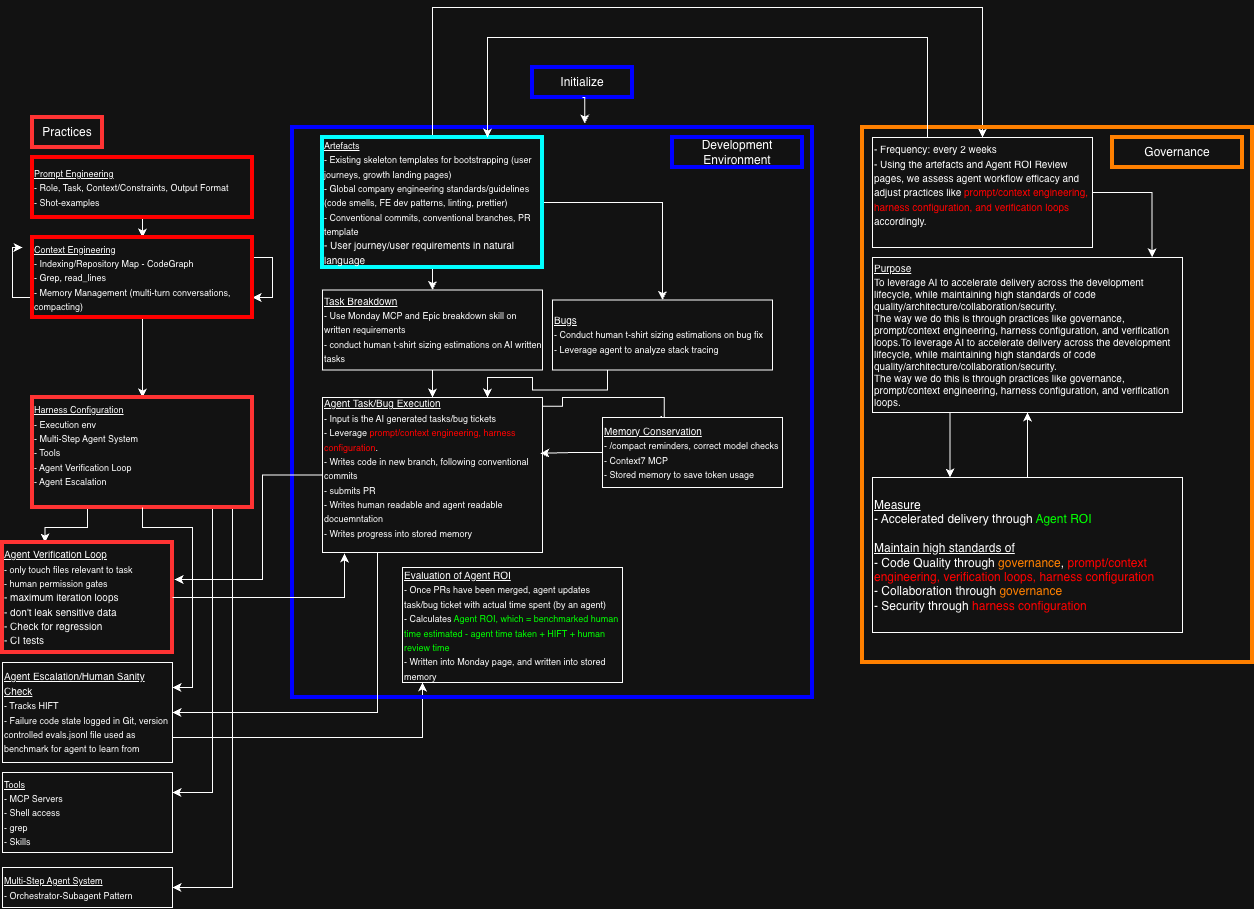
The draw.io diagram AI Forward Workflow.png in karldlima/ai-forward-workflow, before a commit. Source tidied: cells renumbered, new cells last; positions are measured from the earlier drawing's top-left corner, leaving out a move shared by most shapes.
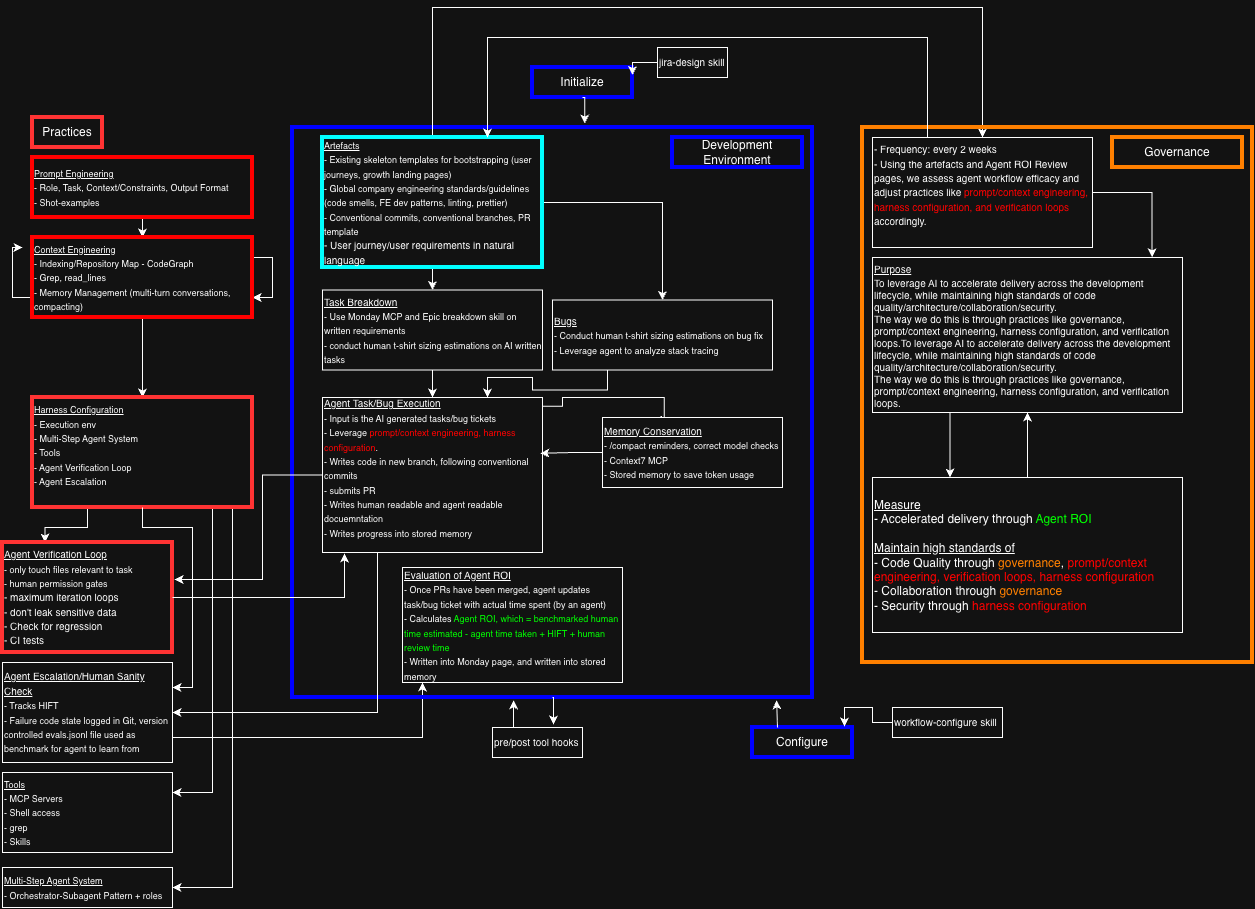
After the change.

What changed in the source:
```diff
@@ -46,7 +46,7 @@
     <mxCell id="11" value="&lt;font style=&quot;font-size: 9px;&quot;&gt;&lt;u&gt;Harness Configuration&lt;/u&gt;&lt;/font&gt;&lt;div&gt;&lt;span style=&quot;font-size: 9px; background-color: transparent; color: light-dark(#000000, var(--ge-light-color, #ffffff));&quot;&gt;- Execution env&lt;br&gt;&lt;/span&gt;&lt;/div&gt;&lt;div&gt;&lt;span style=&quot;font-size: 9px; background-color: transparent; color: light-dark(#000000, var(--ge-light-color, #ffffff));&quot;&gt;- Multi-Step Agent System&lt;/span&gt;&lt;/div&gt;&lt;div&gt;&lt;span style=&quot;font-size: 9px; background-color: transparent; color: light-dark(#000000, var(--ge-light-color, #ffffff));&quot;&gt;- Tools&lt;/span&gt;&lt;/div&gt;&lt;div&gt;&lt;span style=&quot;font-size: 9px; background-color: transparent; color: light-dark(#000000, var(--ge-light-color, #ffffff));&quot;&gt;- Agent Verification Loop&lt;/span&gt;&lt;/div&gt;&lt;div&gt;&lt;span style=&quot;font-size: 9px; background-color: transparent; color: light-dark(#000000, var(--ge-light-color, #ffffff));&quot;&gt;- Agent Escalation&lt;/span&gt;&lt;/div&gt;&lt;div&gt;&lt;span style=&quot;font-size: 9px; background-color: transparent; color: light-dark(#000000, var(--ge-light-color, #ffffff));&quot;&gt;&lt;br&gt;&lt;/span&gt;&lt;/div&gt;" style="rounded=0;whiteSpace=wrap;html=1;align=left;strokeColor=light-dark(#000000,#FF3333);strokeWidth=4;" parent="1" vertex="1">
       <mxGeometry x="30" y="390" width="220" height="110" as="geometry" />
     </mxCell>
-    <mxCell id="12" value="&lt;font style=&quot;font-size: 9px;&quot;&gt;&lt;u&gt;Multi-Step Agent System&lt;/u&gt;&lt;/font&gt;&lt;div&gt;&lt;font style=&quot;font-size: 9px;&quot;&gt;- Orchestrator-Subagent Pattern&lt;/font&gt;&lt;/div&gt;" style="rounded=0;whiteSpace=wrap;html=1;align=left;" parent="1" vertex="1">
+    <mxCell id="12" value="&lt;font style=&quot;font-size: 9px;&quot;&gt;&lt;u&gt;Multi-Step Agent System&lt;/u&gt;&lt;/font&gt;&lt;div&gt;&lt;font style=&quot;font-size: 9px;&quot;&gt;- Orchestrator-Subagent Pattern + roles&lt;/font&gt;&lt;/div&gt;" style="rounded=0;whiteSpace=wrap;html=1;align=left;" parent="1" vertex="1">
       <mxGeometry y="860" width="170" height="40" as="geometry" />
     </mxCell>
     <mxCell id="13" value="&lt;font style=&quot;font-size: 9px;&quot;&gt;&lt;u&gt;Tools&lt;/u&gt;&lt;/font&gt;&lt;div&gt;&lt;font style=&quot;font-size: 9px;&quot;&gt;- MCP Servers&lt;/font&gt;&lt;/div&gt;&lt;div&gt;&lt;font style=&quot;font-size: 9px;&quot;&gt;- Shell access&lt;/font&gt;&lt;/div&gt;&lt;div&gt;&lt;font style=&quot;font-size: 9px;&quot;&gt;- grep&lt;/font&gt;&lt;/div&gt;&lt;div&gt;&lt;font style=&quot;font-size: 9px;&quot;&gt;- Skills&lt;/font&gt;&lt;/div&gt;" style="rounded=0;whiteSpace=wrap;html=1;align=left;" parent="1" vertex="1">
@@ -186,5 +186,32 @@
     <mxCell id="47" style="edgeStyle=orthogonalEdgeStyle;rounded=0;jettySize=auto;html=1;exitX=0.5;exitY=1;exitDx=0;exitDy=0;entryX=0.562;entryY=-0.007;entryDx=0;entryDy=0;entryPerimeter=0;defaultLabelBackgroundColor=page;" parent="1" edge="1" source="46" target="19">
       <mxGeometry relative="1" as="geometry" />
     </mxCell>
+    <mxCell id="48" style="edgeStyle=orthogonalEdgeStyle;rounded=0;jettySize=auto;html=1;exitX=0;exitY=0.5;exitDx=0;exitDy=0;entryX=1;entryY=0.25;entryDx=0;entryDy=0;defaultLabelBackgroundColor=page;" parent="1" edge="1" source="49" target="46">
+      <mxGeometry relative="1" as="geometry" />
+    </mxCell>
+    <mxCell id="49" value="&lt;font size=&quot;1&quot;&gt;jira-design skill&lt;/font&gt;" style="rounded=0;whiteSpace=wrap;html=1;align=left;" parent="1" vertex="1">
+      <mxGeometry x="655" y="40" width="70" height="30" as="geometry" />
+    </mxCell>
+    <mxCell id="50" value="Configure" style="rounded=0;whiteSpace=wrap;html=1;strokeColor=light-dark(#000000,#0000FF);strokeWidth=4;" parent="1" vertex="1">
+      <mxGeometry x="750" y="720" width="100" height="30" as="geometry" />
+    </mxCell>
+    <mxCell id="51" style="edgeStyle=orthogonalEdgeStyle;rounded=0;jettySize=auto;html=1;exitX=0.25;exitY=0;exitDx=0;exitDy=0;entryX=0.931;entryY=1.005;entryDx=0;entryDy=0;entryPerimeter=0;defaultLabelBackgroundColor=page;" parent="1" edge="1" source="50" target="19">
+      <mxGeometry relative="1" as="geometry" />
+    </mxCell>
+    <mxCell id="52" value="&lt;font size=&quot;1&quot;&gt;workflow-configure skill&lt;/font&gt;" style="rounded=0;whiteSpace=wrap;html=1;align=left;" parent="1" vertex="1">
+      <mxGeometry x="890" y="700" width="110" height="30" as="geometry" />
+    </mxCell>
+    <mxCell id="53" style="edgeStyle=orthogonalEdgeStyle;rounded=0;jettySize=auto;html=1;exitX=0;exitY=0.5;exitDx=0;exitDy=0;entryX=0.92;entryY=-0.033;entryDx=0;entryDy=0;entryPerimeter=0;defaultLabelBackgroundColor=page;" parent="1" edge="1" source="52" target="50">
+      <mxGeometry relative="1" as="geometry" />
+    </mxCell>
+    <mxCell id="54" value="&lt;font size=&quot;1&quot;&gt;pre/post tool hooks&lt;/font&gt;" style="rounded=0;whiteSpace=wrap;html=1;align=left;" parent="1" vertex="1">
+      <mxGeometry x="490" y="720" width="90" height="30" as="geometry" />
+    </mxCell>
+    <mxCell id="55" style="edgeStyle=orthogonalEdgeStyle;rounded=0;jettySize=auto;html=1;exitX=0.5;exitY=1;exitDx=0;exitDy=0;entryX=0.678;entryY=-0.1;entryDx=0;entryDy=0;entryPerimeter=0;defaultLabelBackgroundColor=page;" parent="1" edge="1" source="19" target="54">
+      <mxGeometry relative="1" as="geometry" />
+    </mxCell>
+    <mxCell id="56" style="edgeStyle=orthogonalEdgeStyle;rounded=0;jettySize=auto;html=1;exitX=0.25;exitY=0;exitDx=0;exitDy=0;entryX=0.425;entryY=1.005;entryDx=0;entryDy=0;entryPerimeter=0;defaultLabelBackgroundColor=page;" parent="1" edge="1" source="54" target="19">
+      <mxGeometry relative="1" as="geometry" />
+    </mxCell>
   </root>
 </mxGraphModel>
```
